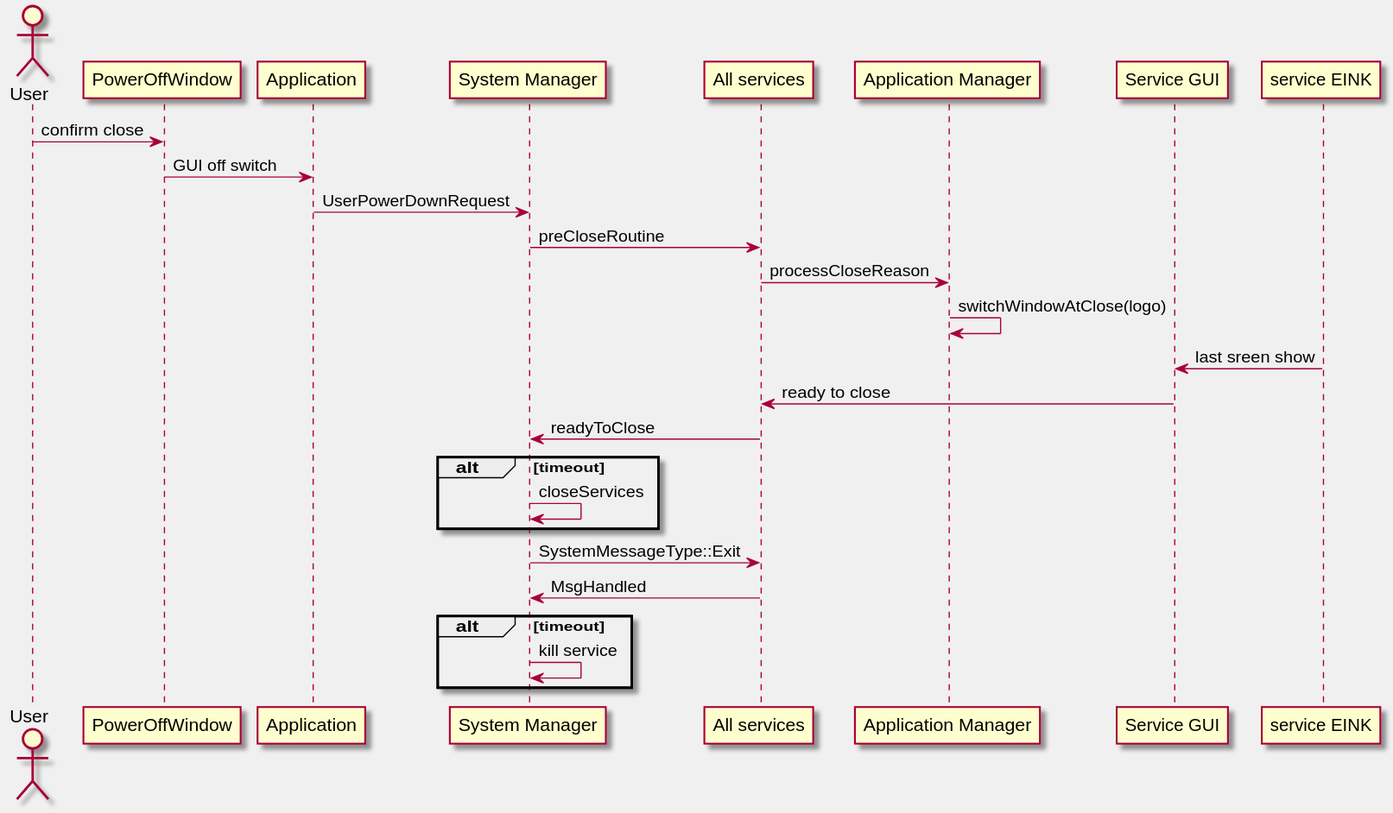
Earlier version of the PlantUML export module-sys/SystemManager/doc/system_close_procedure_user.svg (mudita/MuditaOS).
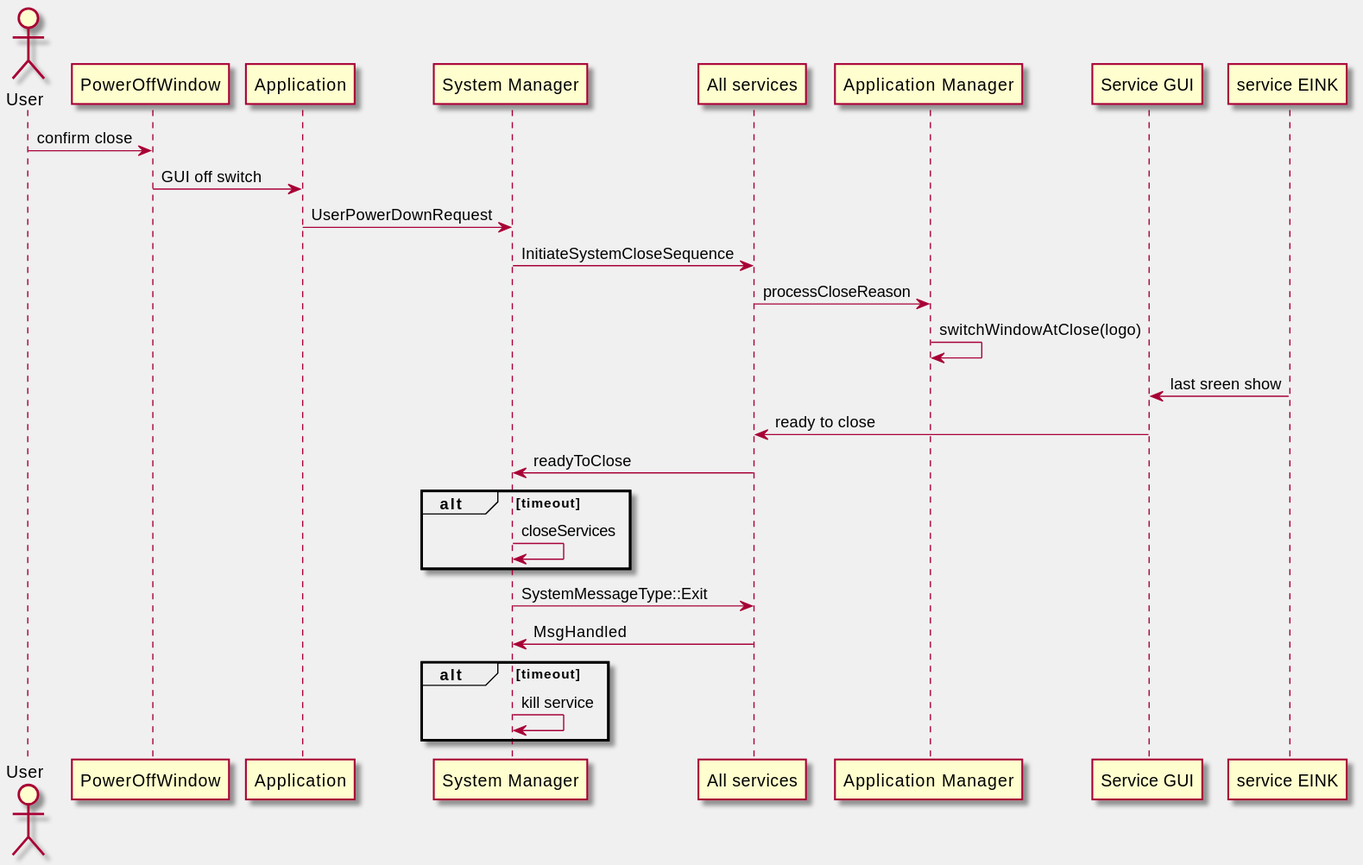
The same diagram one commit later.

The edit, as a diff of the source:
```diff
@@ -13,7 +13,7 @@
 User -> poff : confirm close
 poff -> app : GUI off switch
 app -> sysmgr : UserPowerDownRequest
-sysmgr -> srv : preCloseRoutine
+sysmgr -> srv : InitiateSystemCloseSequence
 
 srv -> appmgr : processCloseReason
 appmgr -> appmgr : switchWindowAtClose(logo)
```
